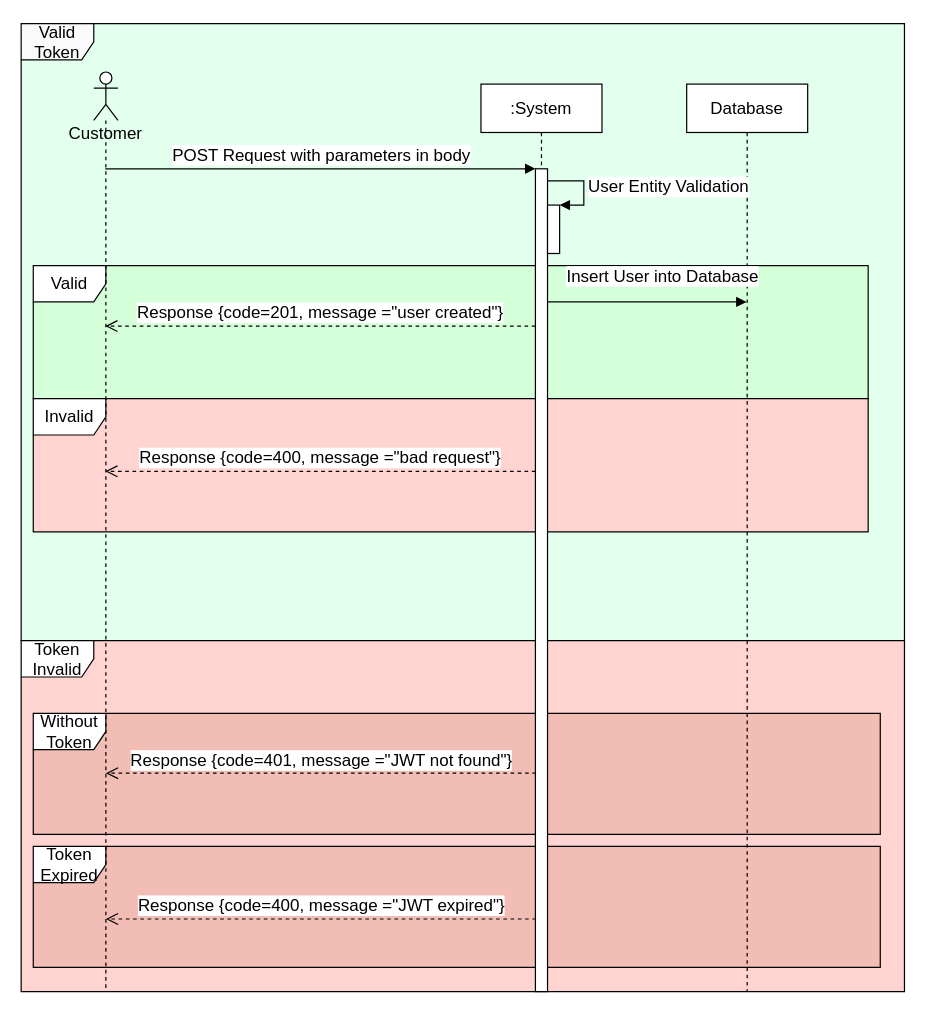
JgPhil/BileMo keeps this draw.io diagram as Diagrammes/create_user.drawio. Above is the earlier version. Source tidied: cells renumbered, new cells numbered last; positions are measured from the earlier drawing's top-left corner, leaving out a move shared by most shapes. Both pictures are drawn from the tidied source at 121%, with x=0, y=0 at pixel (21, 23).
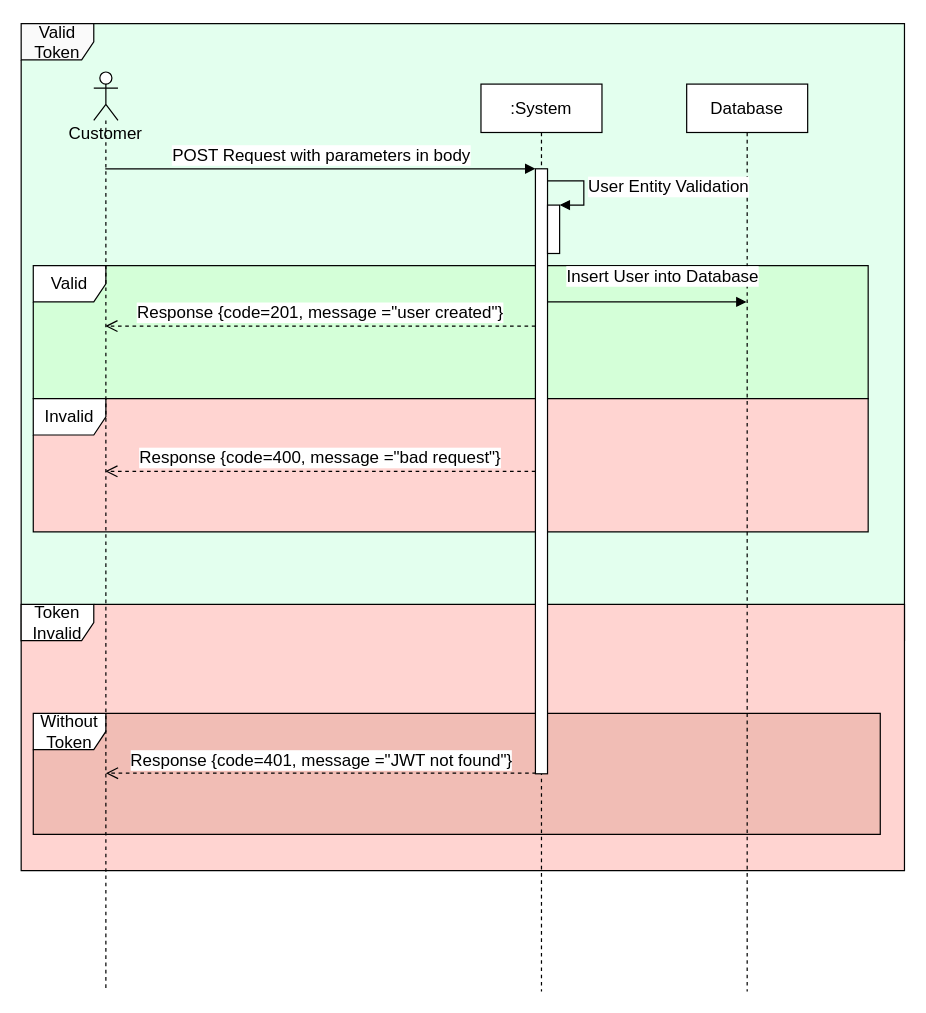
The same page after the edit.

Commit message (it also covers changes not shown here):
added class diagram

Unchanged cells that the change refers to:
```xml
<mxCell id="14" value=":System" style="shape=umlLifeline;perimeter=lifelinePerimeter;whiteSpace=wrap;html=1;fontSize=14;" parent="1" vertex="1">
  <mxGeometry x="380" y="50" width="100" height="750" as="geometry" />
</mxCell>
```

Change to the diagram source:
```diff
@@
     <mxCell id="3" value="Token&lt;br style=&quot;font-size: 14px;&quot;&gt;Invalid" style="shape=umlFrame;whiteSpace=wrap;html=1;fontSize=14;swimlaneFillColor=#FFD4D1;" parent="1" vertex="1">
-      <mxGeometry y="510" width="730" height="290" as="geometry" />
+      <mxGeometry y="480" width="730" height="220" as="geometry" />
     </mxCell>
-    <mxCell id="4" value="Token&lt;br style=&quot;font-size: 14px;&quot;&gt;Expired" style="shape=umlFrame;whiteSpace=wrap;html=1;fontSize=14;swimlaneFillColor=#F1BDB5;" parent="1" vertex="1">
-      <mxGeometry x="10" y="680" width="700" height="100" as="geometry" />
-    </mxCell>
@@
     <mxCell id="15" style="html=1;points=[];perimeter=orthogonalPerimeter;fontSize=14;" parent="14" vertex="1">
-      <mxGeometry x="45" y="70" width="10" height="680" as="geometry" />
+      <mxGeometry x="45" y="70" width="10" height="500" as="geometry" />
     </mxCell>
@@
-    <mxCell id="19" value="Response {code=400, message =&quot;JWT expired&quot;}" style="html=1;verticalAlign=bottom;endArrow=open;dashed=1;endSize=8;fontSize=14;" parent="1" edge="1">
-      <mxGeometry relative="1" as="geometry">
-        <mxPoint x="425.5" y="740" as="sourcePoint" />
-        <mxPoint x="70" y="740" as="targetPoint" />
-        <Array as="points">
-          <mxPoint x="250.5" y="740" />
-        </Array>
-      </mxGeometry>
-    </mxCell>
```
